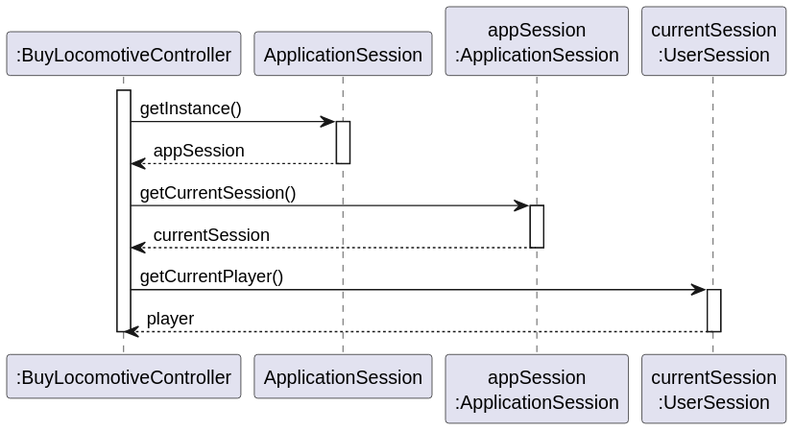
The PlantUML diagram docs/system-documentation/Sprint 2/US09/03.design/svg/US09-SD-partial-get-current-player.svg in HenriqueSilva18/Railway-Network-Simulator, before a commit.
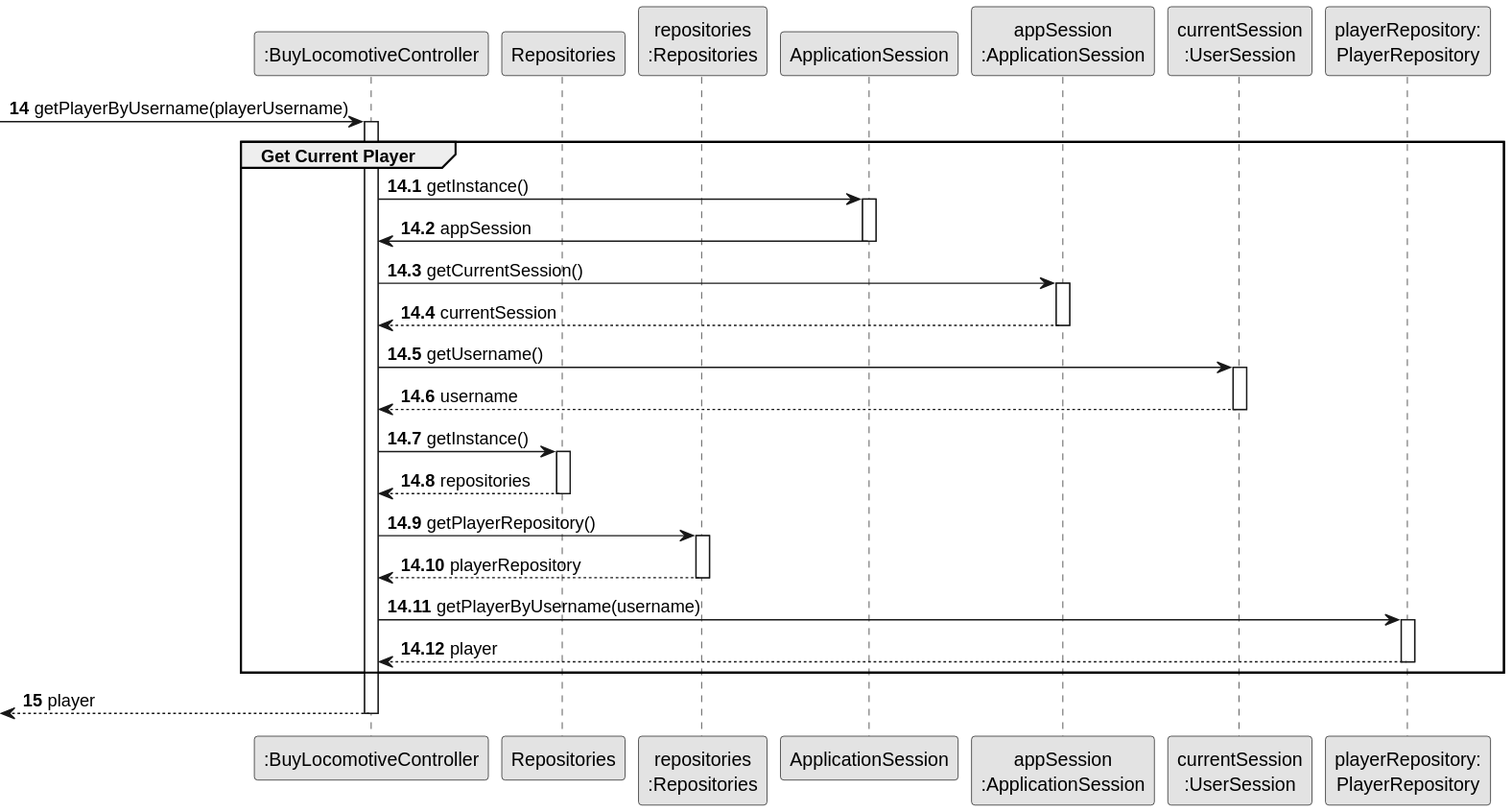
After the commit.

The edit, as a diff of the source:
```diff
@@ -1,26 +1,54 @@
 @startuml
+skinparam monochrome true
 skinparam packageStyle rectangle
 skinparam shadowing false
 
 participant ":BuyLocomotiveController" as CTRL
+participant "Repositories" as REPOS
+participant "repositories\n:Repositories" as REPOS_SINGLETON
 participant "ApplicationSession" as APP_SESSION
 participant "appSession\n:ApplicationSession" as APP_SESSION_SINGLETON
 participant "currentSession\n:UserSession" as CURRENT_SESSION
+participant "playerRepository:\nPlayerRepository" as PLAYER_REPO
 
+autonumber 14
+-> CTRL : getPlayerByUsername(playerUsername)
+autonumber 14.1
 activate CTRL
-    CTRL -> APP_SESSION : getInstance()
-    activate APP_SESSION
-        APP_SESSION --> CTRL : appSession
-    deactivate APP_SESSION
 
-    CTRL -> APP_SESSION_SINGLETON : getCurrentSession()
-    activate APP_SESSION_SINGLETON
-        APP_SESSION_SINGLETON --> CTRL : currentSession
-    deactivate APP_SESSION_SINGLETON
+    group Get Current Player
+        CTRL -> APP_SESSION: getInstance()
+        activate APP_SESSION
+            APP_SESSION -> CTRL: appSession
+        deactivate APP_SESSION
 
-    CTRL -> CURRENT_SESSION : getCurrentPlayer()
-    activate CURRENT_SESSION
-        CURRENT_SESSION --> CTRL : player
-    deactivate CURRENT_SESSION
+        CTRL -> APP_SESSION_SINGLETON: getCurrentSession()
+        activate APP_SESSION_SINGLETON
+            APP_SESSION_SINGLETON --> CTRL: currentSession
+        deactivate APP_SESSION_SINGLETON
+
+        CTRL -> CURRENT_SESSION: getUsername()
+        activate CURRENT_SESSION
+            CURRENT_SESSION --> CTRL: username
+        deactivate CURRENT_SESSION
+
+        CTRL -> REPOS : getInstance()
+        activate REPOS
+            REPOS --> CTRL: repositories
+        deactivate REPOS
+
+        CTRL -> REPOS_SINGLETON: getPlayerRepository()
+        activate REPOS_SINGLETON
+            REPOS_SINGLETON --> CTRL: playerRepository
+        deactivate REPOS_SINGLETON
+
+        CTRL -> PLAYER_REPO: getPlayerByUsername(username)
+        activate PLAYER_REPO
+            PLAYER_REPO --> CTRL : player
+        deactivate PLAYER_REPO
+    end
+    autonumber 15
+    <-- CTRL : player
+
 deactivate CTRL
 @enduml
```
